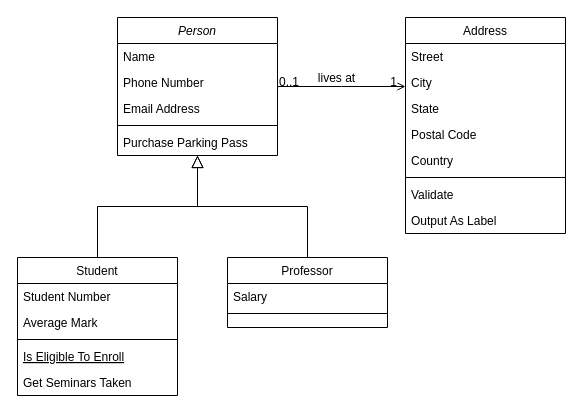
jose94752/FormationSymfonyProjetPizzaShop keeps this draw.io diagram as doc/UML/UML-ClassDiagram-PizzaShop.drawio. Above is the earlier version. Source tidied: cells renumbered, new cells numbered last; positions are measured from the earlier drawing's top-left corner, leaving out a move shared by most shapes. Both pictures are drawn from the tidied source at 100%, with x=0, y=0 at pixel (17, 17).
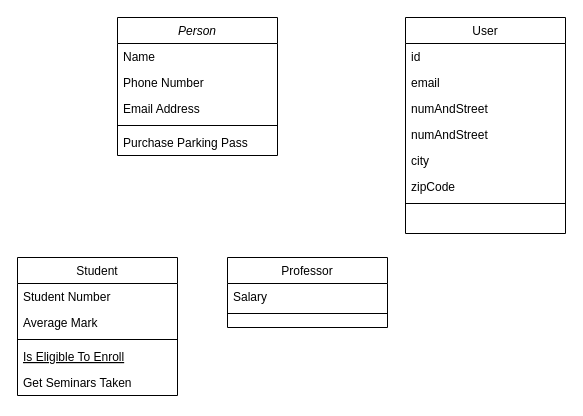
The same page after the edit.

Unchanged cells that the change refers to:
```xml
<mxCell id="2" value="Person" style="swimlane;fontStyle=2;align=center;verticalAlign=top;horizontal=1;startSize=26;rounded=0;shadow=0;strokeWidth=1;" parent="1" vertex="1">
  <mxGeometry x="100" width="160" height="138" as="geometry" />
</mxCell>
<mxCell id="8" value="Student" style="swimlane;fontStyle=0;align=center;verticalAlign=top;horizontal=1;startSize=26;rounded=0;shadow=0;strokeWidth=1;" parent="1" vertex="1">
  <mxGeometry y="240" width="160" height="138" as="geometry" />
</mxCell>
<mxCell id="15" value="Professor" style="swimlane;fontStyle=0;align=center;verticalAlign=top;horizontal=1;startSize=26;rounded=0;shadow=0;strokeWidth=1;" parent="1" vertex="1">
  <mxGeometry x="210" y="240" width="160" height="70" as="geometry" />
</mxCell>
```

Diff of the diagram source:
```diff
@@
-    <mxCell id="14" style="endArrow=block;endSize=10;endFill=0;shadow=0;strokeWidth=1;rounded=0;edgeStyle=elbowEdgeStyle;elbow=vertical;" parent="1" edge="1" source="8" target="2">
-      <mxGeometry relative="1" as="geometry" />
-    </mxCell>
@@
-    <mxCell id="18" style="endArrow=block;endSize=10;endFill=0;shadow=0;strokeWidth=1;rounded=0;edgeStyle=elbowEdgeStyle;elbow=vertical;" parent="1" edge="1" source="15" target="2">
-      <mxGeometry relative="1" as="geometry" />
-    </mxCell>
-    <mxCell id="19" value="Address" style="swimlane;fontStyle=0;align=center;verticalAlign=top;horizontal=1;startSize=26;rounded=0;shadow=0;strokeWidth=1;" parent="1" vertex="1">
+    <mxCell id="19" value="User" style="swimlane;fontStyle=0;align=center;verticalAlign=top;horizontal=1;startSize=26;rounded=0;shadow=0;strokeWidth=1;" parent="1" vertex="1">
       <mxGeometry x="388" width="160" height="216" as="geometry" />
     </mxCell>
-    <mxCell id="20" value="Street" style="text;align=left;verticalAlign=top;spacingLeft=4;spacingRight=4;overflow=hidden;" parent="19" vertex="1">
+    <mxCell id="20" value="id" style="text;align=left;verticalAlign=top;spacingLeft=4;spacingRight=4;overflow=hidden;" parent="19" vertex="1">
       <mxGeometry y="26" width="160" height="26" as="geometry" />
     </mxCell>
+    <mxCell id="32" value="email" style="text;align=left;verticalAlign=top;spacingLeft=4;spacingRight=4;overflow=hidden;" parent="19" vertex="1">
+      <mxGeometry y="52" width="160" height="26" as="geometry" />
+    </mxCell>
+    <mxCell id="33" value="numAndStreet" style="text;align=left;verticalAlign=top;spacingLeft=4;spacingRight=4;overflow=hidden;" parent="19" vertex="1">
+      <mxGeometry y="78" width="160" height="26" as="geometry" />
+    </mxCell>
+    <mxCell id="34" value="numAndStreet" style="text;align=left;verticalAlign=top;spacingLeft=4;spacingRight=4;overflow=hidden;" parent="19" vertex="1">
+      <mxGeometry y="104" width="160" height="26" as="geometry" />
+    </mxCell>
-    <mxCell id="21" value="City" style="text;align=left;verticalAlign=top;spacingLeft=4;spacingRight=4;overflow=hidden;rounded=0;shadow=0;html=0;" parent="19" vertex="1">
-      <mxGeometry y="52" width="160" height="26" as="geometry" />
+    <mxCell id="21" value="city" style="text;align=left;verticalAlign=top;spacingLeft=4;spacingRight=4;overflow=hidden;rounded=0;shadow=0;html=0;" parent="19" vertex="1">
+      <mxGeometry y="130" width="160" height="26" as="geometry" />
     </mxCell>
-    <mxCell id="22" value="State" style="text;align=left;verticalAlign=top;spacingLeft=4;spacingRight=4;overflow=hidden;rounded=0;shadow=0;html=0;" parent="19" vertex="1">
-      <mxGeometry y="78" width="160" height="26" as="geometry" />
-    </mxCell>
-    <mxCell id="23" value="Postal Code" style="text;align=left;verticalAlign=top;spacingLeft=4;spacingRight=4;overflow=hidden;rounded=0;shadow=0;html=0;" parent="19" vertex="1">
-      <mxGeometry y="104" width="160" height="26" as="geometry" />
+    <mxCell id="23" value="zipCode" style="text;align=left;verticalAlign=top;spacingLeft=4;spacingRight=4;overflow=hidden;rounded=0;shadow=0;html=0;" parent="19" vertex="1">
+      <mxGeometry y="156" width="160" height="26" as="geometry" />
     </mxCell>
-    <mxCell id="24" value="Country" style="text;align=left;verticalAlign=top;spacingLeft=4;spacingRight=4;overflow=hidden;rounded=0;shadow=0;html=0;" parent="19" vertex="1">
-      <mxGeometry y="130" width="160" height="26" as="geometry" />
-    </mxCell>
     <mxCell id="25" style="line;html=1;strokeWidth=1;align=left;verticalAlign=middle;spacingTop=-1;spacingLeft=3;spacingRight=3;labelPosition=right;" parent="19" vertex="1">
-      <mxGeometry y="156" width="160" height="8" as="geometry" />
+      <mxGeometry y="182" width="160" height="8" as="geometry" />
     </mxCell>
-    <mxCell id="26" value="Validate" style="text;align=left;verticalAlign=top;spacingLeft=4;spacingRight=4;overflow=hidden;" parent="19" vertex="1">
-      <mxGeometry y="164" width="160" height="26" as="geometry" />
-    </mxCell>
-    <mxCell id="27" value="Output As Label" style="text;align=left;verticalAlign=top;spacingLeft=4;spacingRight=4;overflow=hidden;" parent="19" vertex="1">
-      <mxGeometry y="190" width="160" height="26" as="geometry" />
-    </mxCell>
-    <mxCell id="28" style="endArrow=open;shadow=0;strokeWidth=1;rounded=0;endFill=1;edgeStyle=elbowEdgeStyle;elbow=vertical;" parent="1" edge="1" source="2" target="19">
-      <mxGeometry x="0.5" y="41" relative="1" as="geometry">
-        <mxPoint x="-40" y="32" as="offset" />
-      </mxGeometry>
-    </mxCell>
-    <mxCell id="29" value="0..1" style="align=left;verticalAlign=bottom;labelBackgroundColor=none;fontSize=12;" parent="28" vertex="1">
-      <mxGeometry x="-1" relative="1" as="geometry">
-        <mxPoint y="4" as="offset" />
-      </mxGeometry>
-    </mxCell>
-    <mxCell id="30" value="1" style="align=right;verticalAlign=bottom;labelBackgroundColor=none;fontSize=12;" parent="28" vertex="1">
-      <mxGeometry x="1" relative="1" as="geometry">
-        <mxPoint x="-7" y="4" as="offset" />
-      </mxGeometry>
-    </mxCell>
-    <mxCell id="31" value="lives at" style="text;html=1;align=center;verticalAlign=middle;labelBackgroundColor=none;rounded=0;shadow=0;strokeWidth=1;fontSize=12;" parent="28" vertex="1">
-      <mxGeometry x="0.5" y="49" relative="1" as="geometry">
-        <mxPoint x="-38" y="40" as="offset" />
-      </mxGeometry>
-    </mxCell>
```
